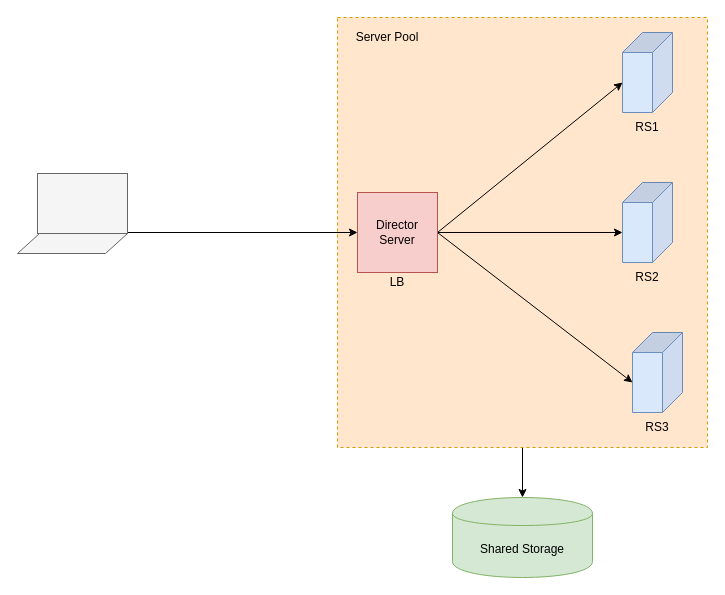
Before: LVS.drawio in ctimbai/draw.io, a draw.io diagram. Source tidied: cells renumbered, new cells numbered last; positions are measured from the earlier drawing's top-left corner, leaving out a move shared by most shapes. Both pictures are drawn from the tidied source at 100%, with x=0, y=0 at pixel (17, 17).
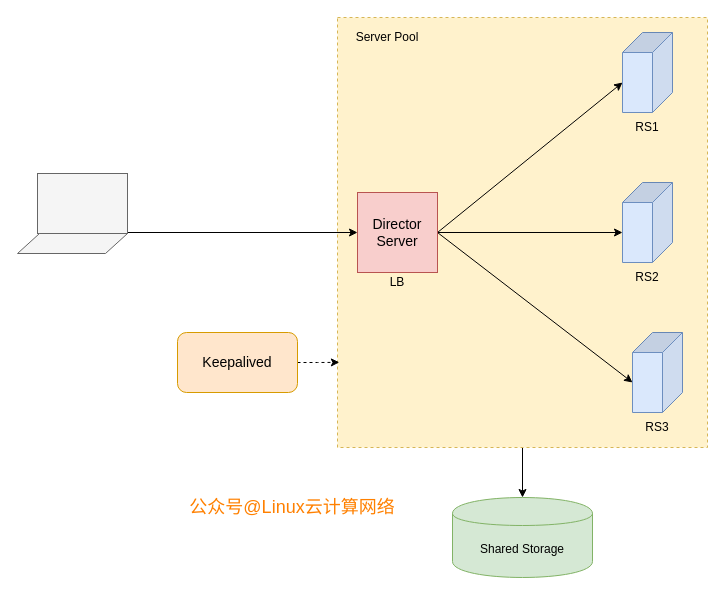
The same page after the edit.

The edit, as a diff of the source:
```diff
@@
-    <mxCell id="3" style="rounded=0;whiteSpace=wrap;html=1;dashed=1;fillColor=#ffe6cc;strokeColor=#d79b00;" parent="1" vertex="1">
+    <mxCell id="3" style="rounded=0;whiteSpace=wrap;html=1;dashed=1;fillColor=#fff2cc;strokeColor=#d6b656;" parent="1" vertex="1">
       <mxGeometry x="320" width="370" height="430" as="geometry" />
     </mxCell>
@@
-    <mxCell id="7" value="Director&lt;br&gt;Server" style="whiteSpace=wrap;html=1;fillColor=#f8cecc;strokeColor=#b85450;" parent="1" vertex="1">
+    <mxCell id="7" value="&lt;font style=&quot;font-size: 14px&quot;&gt;Director&lt;br&gt;Server&lt;/font&gt;" style="whiteSpace=wrap;html=1;fillColor=#f8cecc;strokeColor=#b85450;" parent="1" vertex="1">
       <mxGeometry x="340" y="175" width="80" height="80" as="geometry" />
     </mxCell>
@@
+    <mxCell id="20" style="edgeStyle=orthogonalEdgeStyle;rounded=0;jettySize=auto;html=1;entryX=0.005;entryY=0.802;entryDx=0;entryDy=0;entryPerimeter=0;dashed=1;" parent="1" edge="1" source="21" target="3">
+      <mxGeometry relative="1" as="geometry" />
+    </mxCell>
+    <mxCell id="21" value="&lt;font style=&quot;font-size: 14px&quot;&gt;Keepalived&lt;/font&gt;" style="rounded=1;whiteSpace=wrap;html=1;fillColor=#ffe6cc;strokeColor=#d79b00;" parent="1" vertex="1">
+      <mxGeometry x="160" y="315" width="120" height="60" as="geometry" />
+    </mxCell>
+    <mxCell id="22" value="&lt;font style=&quot;font-size: 18px&quot; color=&quot;#ff8000&quot;&gt;公众号@Linux云计算网络&lt;/font&gt;" style="text;html=1;strokeColor=none;fillColor=none;align=center;verticalAlign=middle;whiteSpace=wrap;rounded=0;" parent="1" vertex="1">
+      <mxGeometry x="170" y="480" width="210" height="20" as="geometry" />
+    </mxCell>
```
